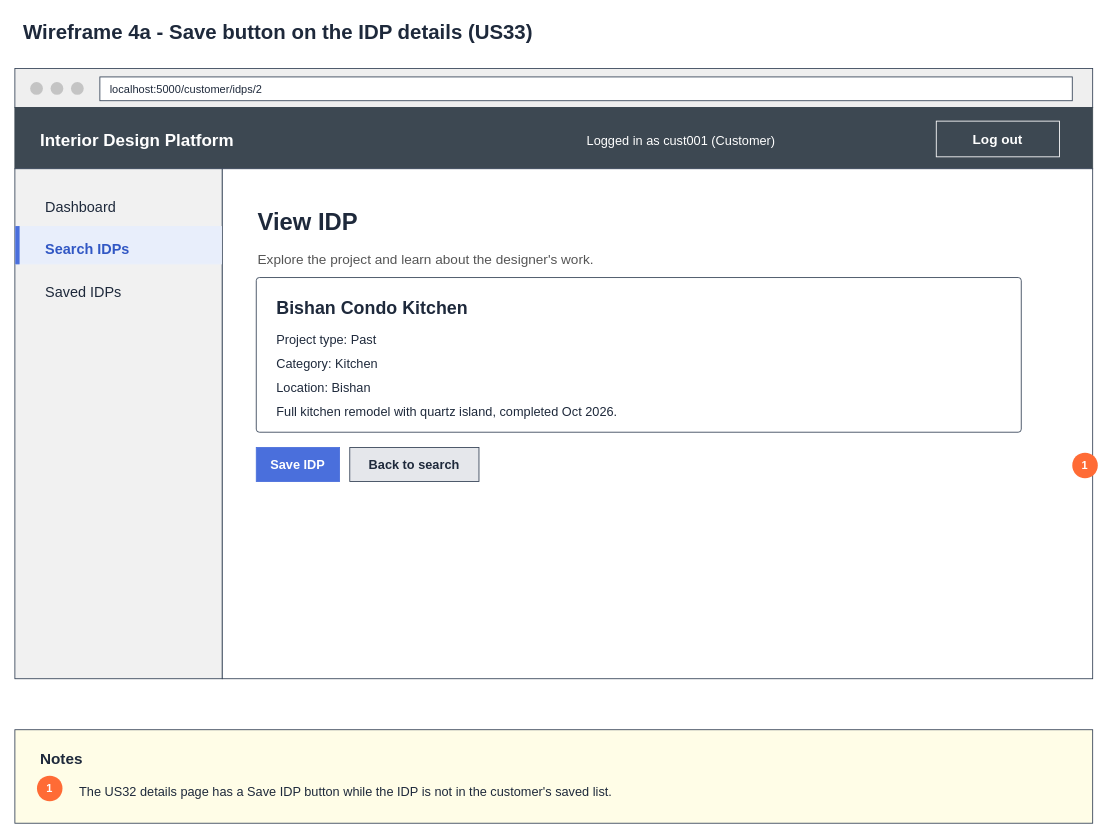
The draw.io diagram page "4a Wireframe - Save button" (2 of 6) of Sprint_4/US33 - Save IDP/US33 Save IDP.drawio in Hanzxc/CSIT314-ARCHSS, before the edit. Source tidied: cells renumbered, new cells numbered last; positions are measured from the earlier drawing's top-left corner, leaving out a move shared by most shapes. Both pictures are drawn from the tidied source at 85%, with x=0, y=0 at pixel (14, 14).
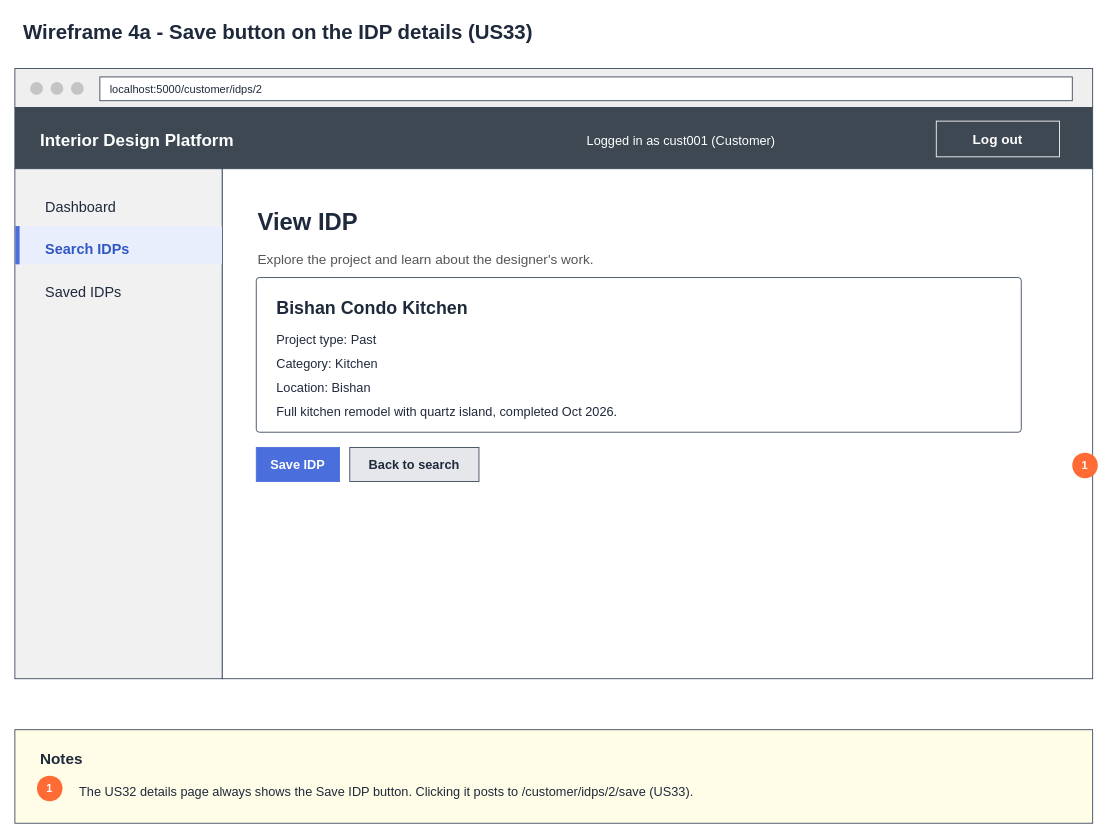
The same diagram, later.

Diff of the diagram source:
```diff
@@
-    <mxCell id="33" value="The US32 details page has a Save IDP button while the IDP is not in the customer's saved list." style="text;html=1;whiteSpace=wrap;align=left;verticalAlign=top;fontSize=15;fontStyle=0;fontColor=#1e293b;fontFamily=Helvetica;labelBackgroundColor=none;" parent="1" vertex="1">
+    <mxCell id="33" value="The US32 details page always shows the Save IDP button. Clicking it posts to /customer/idps/2/save (US33)." style="text;html=1;whiteSpace=wrap;align=left;verticalAlign=top;fontSize=15;fontStyle=0;fontColor=#1e293b;fontFamily=Helvetica;labelBackgroundColor=none;" parent="1" vertex="1">
       <mxGeometry x="74" y="899" width="1150" height="40" as="geometry" />
     </mxCell>
```
